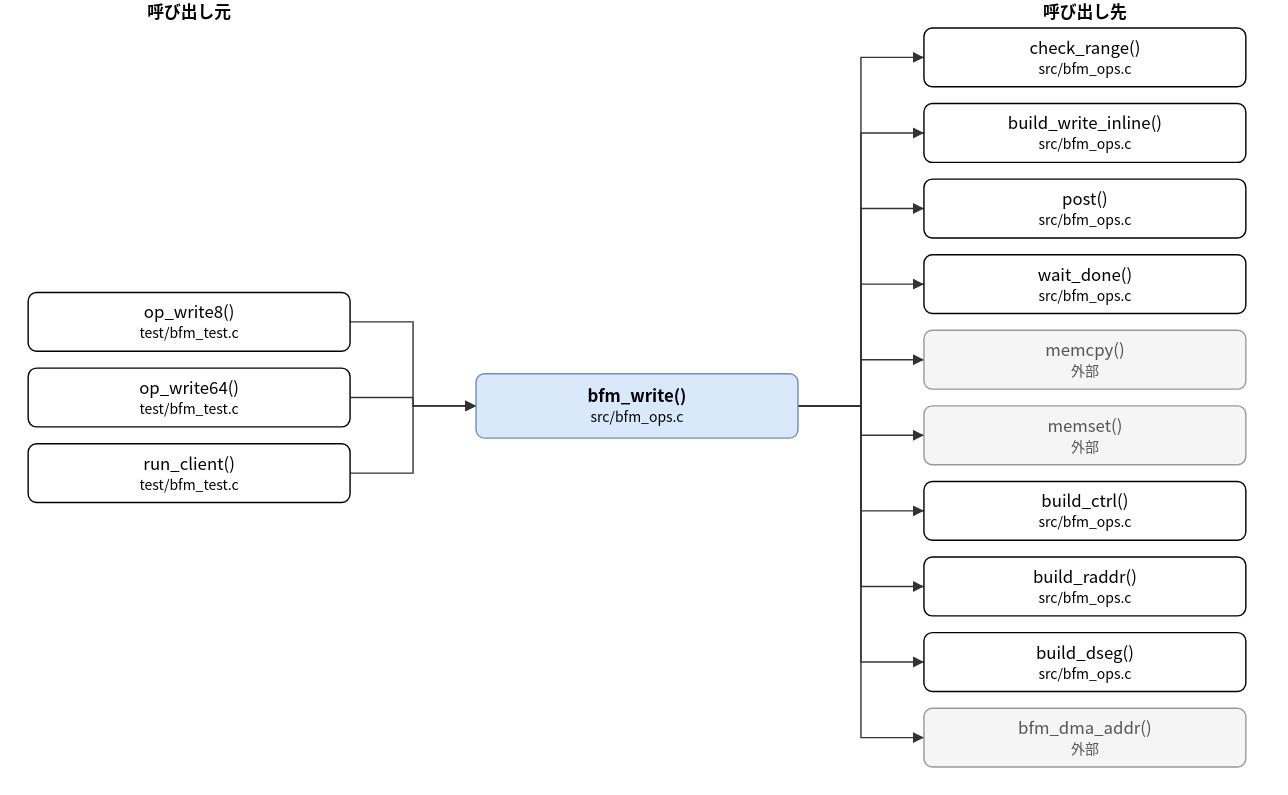
Above: doc/spec/images/call_src_bfm_ops-bfm_write.drawio.svg in hf355051012-ai/bfmem (draw.io), before the change. Source tidied: cells renumbered, new cells last; positions are measured from the earlier drawing's top-left corner, leaving out a move shared by most shapes.
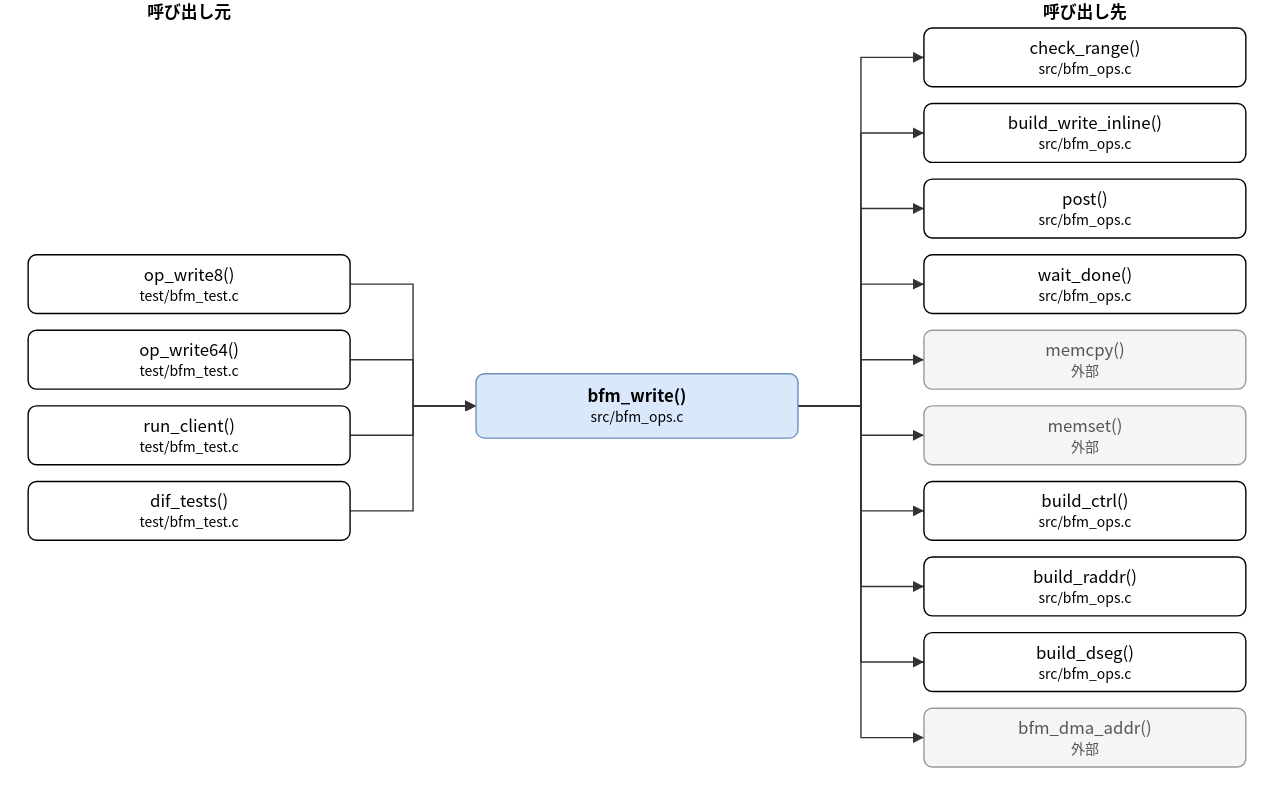
After the commit.

Change to the diagram source:
```diff
@@ -6,14 +6,17 @@
       <mxGeometry x="320" y="267" width="230" height="46" as="geometry" />
     </mxCell>
     <mxCell id="3" value="op_write8()&lt;br&gt;&lt;font style=&quot;font-size:10px&quot;&gt;test/bfm_test.c&lt;/font&gt;" style="rounded=1;whiteSpace=wrap;html=1;" parent="1" vertex="1">
-      <mxGeometry y="209" width="230" height="42" as="geometry" />
+      <mxGeometry y="182" width="230" height="42" as="geometry" />
     </mxCell>
     <mxCell id="4" value="op_write64()&lt;br&gt;&lt;font style=&quot;font-size:10px&quot;&gt;test/bfm_test.c&lt;/font&gt;" style="rounded=1;whiteSpace=wrap;html=1;" parent="1" vertex="1">
-      <mxGeometry y="263" width="230" height="42" as="geometry" />
+      <mxGeometry y="236" width="230" height="42" as="geometry" />
     </mxCell>
     <mxCell id="5" value="run_client()&lt;br&gt;&lt;font style=&quot;font-size:10px&quot;&gt;test/bfm_test.c&lt;/font&gt;" style="rounded=1;whiteSpace=wrap;html=1;" parent="1" vertex="1">
-      <mxGeometry y="317" width="230" height="42" as="geometry" />
+      <mxGeometry y="290" width="230" height="42" as="geometry" />
     </mxCell>
+    <mxCell id="31" value="dif_tests()&lt;br&gt;&lt;font style=&quot;font-size:10px&quot;&gt;test/bfm_test.c&lt;/font&gt;" style="rounded=1;whiteSpace=wrap;html=1;" parent="1" vertex="1">
+      <mxGeometry y="344" width="230" height="42" as="geometry" />
+    </mxCell>
     <mxCell id="6" value="check_range()&lt;br&gt;&lt;font style=&quot;font-size:10px&quot;&gt;src/bfm_ops.c&lt;/font&gt;" style="rounded=1;whiteSpace=wrap;html=1;" parent="1" vertex="1">
       <mxGeometry x="640" y="20" width="230" height="42" as="geometry" />
     </mxCell>
@@ -47,7 +50,7 @@
     <mxCell id="16" style="edgeStyle=none;html=1;rounded=0;endArrow=block;endFill=1;exitX=1.0000;exitY=0.5000;exitDx=0;exitDy=0;exitPerimeter=0;entryX=0.0000;entryY=0.5000;entryDx=0;entryDy=0;entryPerimeter=0;" parent="1" edge="1" source="3" target="2">
       <mxGeometry relative="1" as="geometry">
         <Array as="points">
-          <mxPoint x="275" y="230" />
+          <mxPoint x="275" y="203" />
           <mxPoint x="275" y="290" />
         </Array>
       </mxGeometry>
@@ -55,7 +58,7 @@
     <mxCell id="17" style="edgeStyle=none;html=1;rounded=0;endArrow=block;endFill=1;exitX=1.0000;exitY=0.5000;exitDx=0;exitDy=0;exitPerimeter=0;entryX=0.0000;entryY=0.5000;entryDx=0;entryDy=0;entryPerimeter=0;" parent="1" edge="1" source="4" target="2">
       <mxGeometry relative="1" as="geometry">
         <Array as="points">
-          <mxPoint x="275" y="284" />
+          <mxPoint x="275" y="257" />
           <mxPoint x="275" y="290" />
         </Array>
       </mxGeometry>
@@ -63,91 +66,99 @@
     <mxCell id="18" style="edgeStyle=none;html=1;rounded=0;endArrow=block;endFill=1;exitX=1.0000;exitY=0.5000;exitDx=0;exitDy=0;exitPerimeter=0;entryX=0.0000;entryY=0.5000;entryDx=0;entryDy=0;entryPerimeter=0;" parent="1" edge="1" source="5" target="2">
       <mxGeometry relative="1" as="geometry">
         <Array as="points">
-          <mxPoint x="275" y="338" />
+          <mxPoint x="275" y="311" />
           <mxPoint x="275" y="290" />
         </Array>
       </mxGeometry>
     </mxCell>
-    <mxCell id="19" style="edgeStyle=none;html=1;rounded=0;endArrow=block;endFill=1;exitX=1.0000;exitY=0.5000;exitDx=0;exitDy=0;exitPerimeter=0;entryX=0.0000;entryY=0.5000;entryDx=0;entryDy=0;entryPerimeter=0;" parent="1" edge="1" source="2" target="6">
+    <mxCell id="19" style="edgeStyle=none;html=1;rounded=0;endArrow=block;endFill=1;exitX=1.0000;exitY=0.5000;exitDx=0;exitDy=0;exitPerimeter=0;entryX=0.0000;entryY=0.5000;entryDx=0;entryDy=0;entryPerimeter=0;" parent="1" edge="1" source="31" target="2">
       <mxGeometry relative="1" as="geometry">
         <Array as="points">
-          <mxPoint x="595" y="290" />
-          <mxPoint x="595" y="41" />
+          <mxPoint x="275" y="365" />
+          <mxPoint x="275" y="290" />
         </Array>
       </mxGeometry>
     </mxCell>
-    <mxCell id="20" style="edgeStyle=none;html=1;rounded=0;endArrow=block;endFill=1;exitX=1.0000;exitY=0.5000;exitDx=0;exitDy=0;exitPerimeter=0;entryX=0.0000;entryY=0.5000;entryDx=0;entryDy=0;entryPerimeter=0;" parent="1" edge="1" source="2" target="7">
+    <mxCell id="20" style="edgeStyle=none;html=1;rounded=0;endArrow=block;endFill=1;exitX=1.0000;exitY=0.5000;exitDx=0;exitDy=0;exitPerimeter=0;entryX=0.0000;entryY=0.5000;entryDx=0;entryDy=0;entryPerimeter=0;" parent="1" edge="1" source="2" target="6">
       <mxGeometry relative="1" as="geometry">
         <Array as="points">
           <mxPoint x="595" y="290" />
-          <mxPoint x="595" y="95" />
+          <mxPoint x="595" y="41" />
         </Array>
       </mxGeometry>
     </mxCell>
-    <mxCell id="21" style="edgeStyle=none;html=1;rounded=0;endArrow=block;endFill=1;exitX=1.0000;exitY=0.5000;exitDx=0;exitDy=0;exitPerimeter=0;entryX=0.0000;entryY=0.5000;entryDx=0;entryDy=0;entryPerimeter=0;" parent="1" edge="1" source="2" target="8">
+    <mxCell id="21" style="edgeStyle=none;html=1;rounded=0;endArrow=block;endFill=1;exitX=1.0000;exitY=0.5000;exitDx=0;exitDy=0;exitPerimeter=0;entryX=0.0000;entryY=0.5000;entryDx=0;entryDy=0;entryPerimeter=0;" parent="1" edge="1" source="2" target="7">
       <mxGeometry relative="1" as="geometry">
         <Array as="points">
           <mxPoint x="595" y="290" />
-          <mxPoint x="595" y="149" />
+          <mxPoint x="595" y="95" />
         </Array>
       </mxGeometry>
     </mxCell>
-    <mxCell id="22" style="edgeStyle=none;html=1;rounded=0;endArrow=block;endFill=1;exitX=1.0000;exitY=0.5000;exitDx=0;exitDy=0;exitPerimeter=0;entryX=0.0000;entryY=0.5000;entryDx=0;entryDy=0;entryPerimeter=0;" parent="1" edge="1" source="2" target="9">
+    <mxCell id="22" style="edgeStyle=none;html=1;rounded=0;endArrow=block;endFill=1;exitX=1.0000;exitY=0.5000;exitDx=0;exitDy=0;exitPerimeter=0;entryX=0.0000;entryY=0.5000;entryDx=0;entryDy=0;entryPerimeter=0;" parent="1" edge="1" source="2" target="8">
       <mxGeometry relative="1" as="geometry">
         <Array as="points">
           <mxPoint x="595" y="290" />
-          <mxPoint x="595" y="203" />
+          <mxPoint x="595" y="149" />
         </Array>
       </mxGeometry>
     </mxCell>
-    <mxCell id="23" style="edgeStyle=none;html=1;rounded=0;endArrow=block;endFill=1;exitX=1.0000;exitY=0.5000;exitDx=0;exitDy=0;exitPerimeter=0;entryX=0.0000;entryY=0.5000;entryDx=0;entryDy=0;entryPerimeter=0;" parent="1" edge="1" source="2" target="10">
+    <mxCell id="23" style="edgeStyle=none;html=1;rounded=0;endArrow=block;endFill=1;exitX=1.0000;exitY=0.5000;exitDx=0;exitDy=0;exitPerimeter=0;entryX=0.0000;entryY=0.5000;entryDx=0;entryDy=0;entryPerimeter=0;" parent="1" edge="1" source="2" target="9">
       <mxGeometry relative="1" as="geometry">
         <Array as="points">
           <mxPoint x="595" y="290" />
-          <mxPoint x="595" y="257" />
+          <mxPoint x="595" y="203" />
         </Array>
       </mxGeometry>
     </mxCell>
-    <mxCell id="24" style="edgeStyle=none;html=1;rounded=0;endArrow=block;endFill=1;exitX=1.0000;exitY=0.5000;exitDx=0;exitDy=0;exitPerimeter=0;entryX=0.0000;entryY=0.5000;entryDx=0;entryDy=0;entryPerimeter=0;" parent="1" edge="1" source="2" target="11">
+    <mxCell id="24" style="edgeStyle=none;html=1;rounded=0;endArrow=block;endFill=1;exitX=1.0000;exitY=0.5000;exitDx=0;exitDy=0;exitPerimeter=0;entryX=0.0000;entryY=0.5000;entryDx=0;entryDy=0;entryPerimeter=0;" parent="1" edge="1" source="2" target="10">
       <mxGeometry relative="1" as="geometry">
         <Array as="points">
           <mxPoint x="595" y="290" />
-          <mxPoint x="595" y="311" />
+          <mxPoint x="595" y="257" />
         </Array>
       </mxGeometry>
     </mxCell>
-    <mxCell id="25" style="edgeStyle=none;html=1;rounded=0;endArrow=block;endFill=1;exitX=1.0000;exitY=0.5000;exitDx=0;exitDy=0;exitPerimeter=0;entryX=0.0000;entryY=0.5000;entryDx=0;entryDy=0;entryPerimeter=0;" parent="1" edge="1" source="2" target="12">
+    <mxCell id="25" style="edgeStyle=none;html=1;rounded=0;endArrow=block;endFill=1;exitX=1.0000;exitY=0.5000;exitDx=0;exitDy=0;exitPerimeter=0;entryX=0.0000;entryY=0.5000;entryDx=0;entryDy=0;entryPerimeter=0;" parent="1" edge="1" source="2" target="11">
       <mxGeometry relative="1" as="geometry">
         <Array as="points">
           <mxPoint x="595" y="290" />
-          <mxPoint x="595" y="365" />
+          <mxPoint x="595" y="311" />
         </Array>
       </mxGeometry>
     </mxCell>
-    <mxCell id="26" style="edgeStyle=none;html=1;rounded=0;endArrow=block;endFill=1;exitX=1.0000;exitY=0.5000;exitDx=0;exitDy=0;exitPerimeter=0;entryX=0.0000;entryY=0.5000;entryDx=0;entryDy=0;entryPerimeter=0;" parent="1" edge="1" source="2" target="13">
+    <mxCell id="26" style="edgeStyle=none;html=1;rounded=0;endArrow=block;endFill=1;exitX=1.0000;exitY=0.5000;exitDx=0;exitDy=0;exitPerimeter=0;entryX=0.0000;entryY=0.5000;entryDx=0;entryDy=0;entryPerimeter=0;" parent="1" edge="1" source="2" target="12">
       <mxGeometry relative="1" as="geometry">
         <Array as="points">
           <mxPoint x="595" y="290" />
-          <mxPoint x="595" y="419" />
+          <mxPoint x="595" y="365" />
         </Array>
       </mxGeometry>
     </mxCell>
-    <mxCell id="27" style="edgeStyle=none;html=1;rounded=0;endArrow=block;endFill=1;exitX=1.0000;exitY=0.5000;exitDx=0;exitDy=0;exitPerimeter=0;entryX=0.0000;entryY=0.5000;entryDx=0;entryDy=0;entryPerimeter=0;" parent="1" edge="1" source="2" target="14">
+    <mxCell id="27" style="edgeStyle=none;html=1;rounded=0;endArrow=block;endFill=1;exitX=1.0000;exitY=0.5000;exitDx=0;exitDy=0;exitPerimeter=0;entryX=0.0000;entryY=0.5000;entryDx=0;entryDy=0;entryPerimeter=0;" parent="1" edge="1" source="2" target="13">
       <mxGeometry relative="1" as="geometry">
         <Array as="points">
           <mxPoint x="595" y="290" />
-          <mxPoint x="595" y="473" />
+          <mxPoint x="595" y="419" />
         </Array>
       </mxGeometry>
     </mxCell>
-    <mxCell id="28" style="edgeStyle=none;html=1;rounded=0;endArrow=block;endFill=1;exitX=1.0000;exitY=0.5000;exitDx=0;exitDy=0;exitPerimeter=0;entryX=0.0000;entryY=0.5000;entryDx=0;entryDy=0;entryPerimeter=0;" parent="1" edge="1" source="2" target="15">
+    <mxCell id="28" style="edgeStyle=none;html=1;rounded=0;endArrow=block;endFill=1;exitX=1.0000;exitY=0.5000;exitDx=0;exitDy=0;exitPerimeter=0;entryX=0.0000;entryY=0.5000;entryDx=0;entryDy=0;entryPerimeter=0;" parent="1" edge="1" source="2" target="14">
       <mxGeometry relative="1" as="geometry">
         <Array as="points">
           <mxPoint x="595" y="290" />
-          <mxPoint x="595" y="527" />
+          <mxPoint x="595" y="473" />
         </Array>
       </mxGeometry>
     </mxCell>
+    <mxCell id="32" style="edgeStyle=none;html=1;rounded=0;endArrow=block;endFill=1;exitX=1.0000;exitY=0.5000;exitDx=0;exitDy=0;exitPerimeter=0;entryX=0.0000;entryY=0.5000;entryDx=0;entryDy=0;entryPerimeter=0;" parent="1" edge="1" source="2" target="15">
+      <mxGeometry relative="1" as="geometry">
+        <Array as="points">
+          <mxPoint x="595" y="290" />
+          <mxPoint x="595" y="527" />
+        </Array>
+      </mxGeometry>
+    </mxCell>
     <mxCell id="29" value="呼び出し元" style="text;html=1;align=center;fontStyle=1;" parent="1" vertex="1">
       <mxGeometry x="35" width="160" height="18" as="geometry" />
     </mxCell>
```
